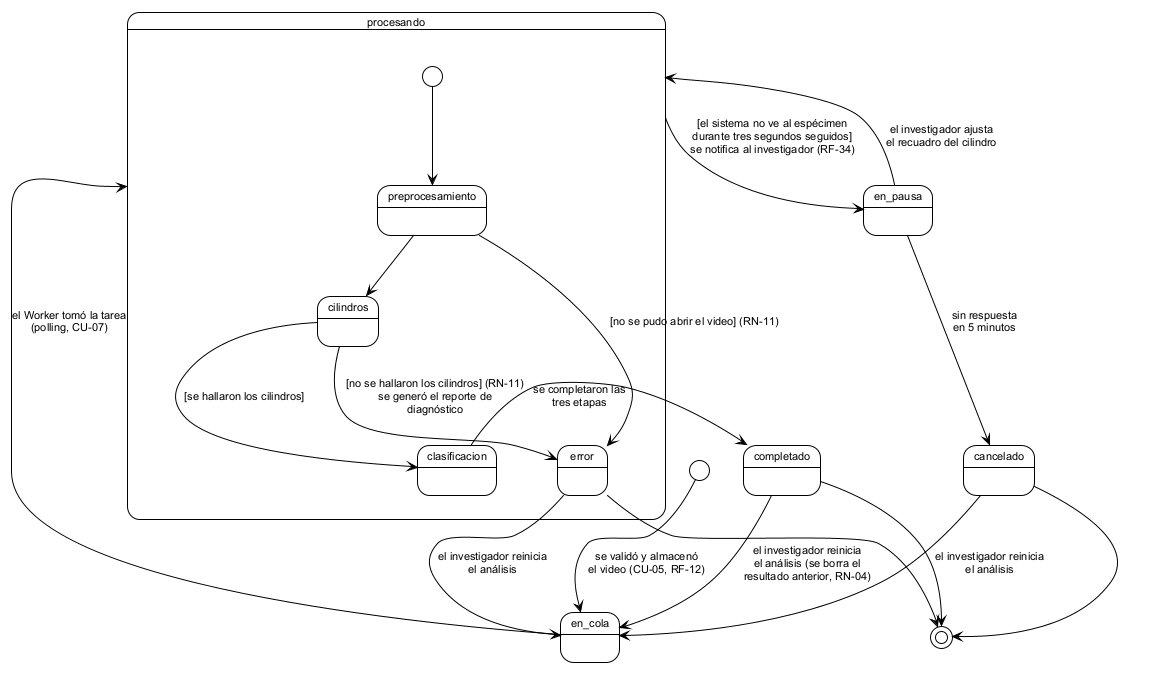
Earlier version of the PlantUML export figures/mermaid/estados_analisis.png (ErickJester/fst-ai-system-latex).
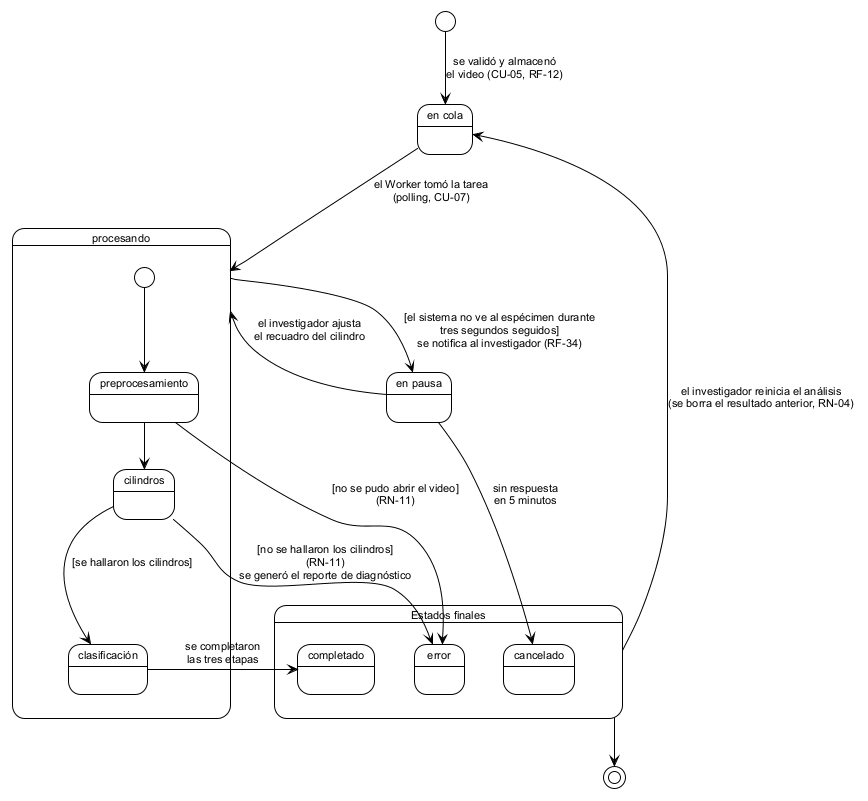
After the change.

Commit message:
Reordenar el diagrama de estados del análisis

Los estados completado, error y cancelado se agrupan en «Estados finales» y
comparten una sola flecha de reinicio hacia «en cola» y una de salida. Se
quitan las flechas de reinicio repetidas y el estado inicial que flotaba en el
medio del diagrama, y se acentúa «clasificación». Las transiciones y los
mensajes no cambian.

Diff of the diagram source:
```diff
@@ -3,30 +3,39 @@
 skinparam defaultFontName Arial
 skinparam defaultFontSize 11
 skinparam shadowing false
+skinparam nodesep 40
+skinparam ranksep 45
 
-[*] --> en_cola : se validó y almacenó\nel video (CU-05, RF-12)
+state "en cola" as en_cola
+state "en pausa" as en_pausa
 
 state procesando {
+  state preprocesamiento
+  state cilindros
+  state "clasificación" as clasificacion
   [*] --> preprocesamiento
   preprocesamiento --> cilindros
-  preprocesamiento --> error : [no se pudo abrir el video] (RN-11)
   cilindros --> clasificacion : [se hallaron los cilindros]
 }
 
+state "Estados finales" as terminado {
+  state completado
+  state error
+  state cancelado
+}
+
+[*] --> en_cola : se validó y almacenó\nel video (CU-05, RF-12)
 en_cola --> procesando : el Worker tomó la tarea\n(polling, CU-07)
-cilindros --> error : [no se hallaron los cilindros] (RN-11)\nse generó el reporte de\ndiagnóstico
-clasificacion --> completado : se completaron las\ntres etapas
 
-procesando --> en_pausa : [el sistema no ve al espécimen\ndurante tres segundos seguidos]\nse notifica al investigador (RF-34)
+procesando --> en_pausa : [el sistema no ve al espécimen durante\ntres segundos seguidos]\nse notifica al investigador (RF-34)
 en_pausa --> procesando : el investigador ajusta\nel recuadro del cilindro
 en_pausa --> cancelado : sin respuesta\nen 5 minutos
 
-completado --> en_cola : el investigador reinicia\nel análisis (se borra el\nresultado anterior, RN-04)
-error --> en_cola : el investigador reinicia\nel análisis
-cancelado --> en_cola : el investigador reinicia\nel análisis
+preprocesamiento --> error : [no se pudo abrir el video]\n(RN-11)
+cilindros --> error : [no se hallaron los cilindros]\n(RN-11)\nse generó el reporte de diagnóstico
+clasificacion --> completado : se completaron\nlas tres etapas
 
-completado --> [*]
-error --> [*]
-cancelado --> [*]
+terminado --> en_cola : el investigador reinicia el análisis\n(se borra el resultado anterior, RN-04)
+terminado --> [*]
 
 @enduml
```
